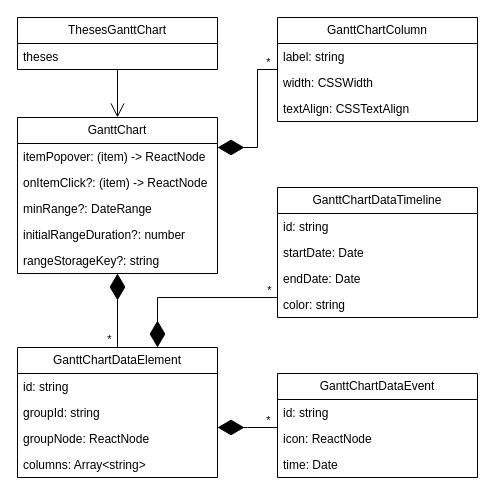
This is reusable-gantt-chart-interface.drawio from fabian-emilius/bachelor-thesis-charts, a draw.io file, before an edit. Source tidied: cells renumbered, new cells numbered last; positions are measured from the earlier drawing's top-left corner, leaving out a move shared by most shapes. Both pictures are drawn from the tidied source at 100%, with x=0, y=0 at pixel (17, 17).
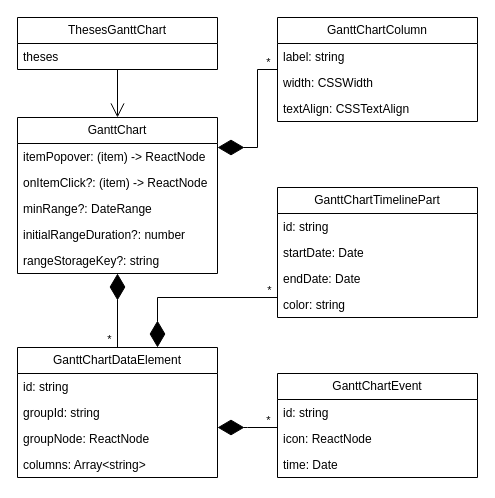
Above is the later version.

Diff of the diagram source:
```diff
@@
-    <mxCell id="17" value="GanttChartDataTimeline" style="swimlane;fontStyle=0;horizontal=1;startSize=26;fillColor=none;whiteSpace=wrap;html=1;" parent="1" vertex="1">
+    <mxCell id="17" value="GanttChartTimelinePart" style="swimlane;fontStyle=0;horizontal=1;startSize=26;fillColor=none;whiteSpace=wrap;html=1;" parent="1" vertex="1">
       <mxGeometry x="260" y="170" width="200" height="130" as="geometry" />
     </mxCell>
@@
-    <mxCell id="22" value="GanttChartDataEvent" style="swimlane;fontStyle=0;horizontal=1;startSize=26;fillColor=none;whiteSpace=wrap;html=1;" parent="1" vertex="1">
+    <mxCell id="22" value="GanttChart&lt;span style=&quot;background-color: initial;&quot;&gt;Event&lt;/span&gt;" style="swimlane;fontStyle=0;horizontal=1;startSize=26;fillColor=none;whiteSpace=wrap;html=1;" parent="1" vertex="1">
       <mxGeometry x="260" y="356" width="200" height="104" as="geometry" />
     </mxCell>
```
